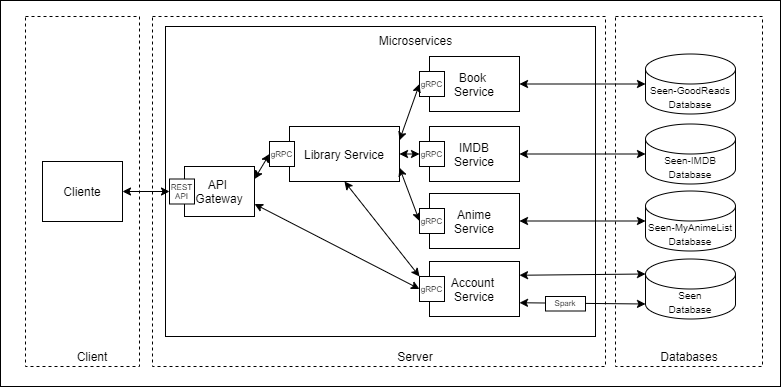
The draw.io diagram api/report/images/CloudNativeAppArchitecture.png in JotaFilip/cn-g, before a commit. Source tidied: cells renumbered, new cells last; positions are measured from the earlier drawing's top-left corner, leaving out a move shared by most shapes.
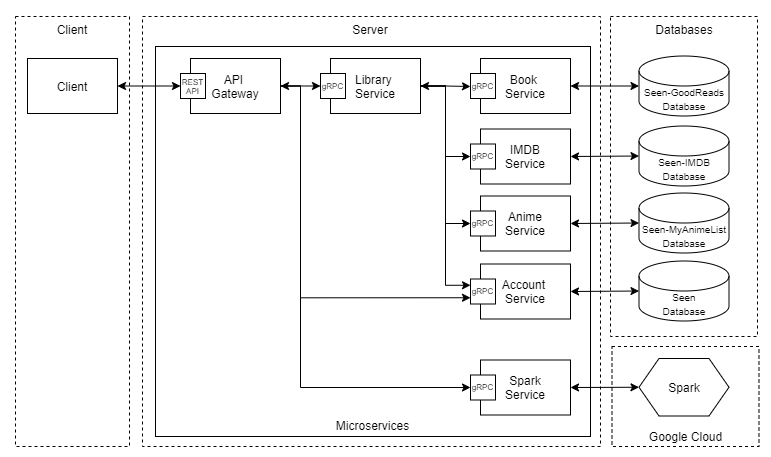
The same diagram one commit later.

The edit, as a diff of the source:
```diff
@@ -2,89 +2,79 @@
   <root>
     <mxCell id="0" />
     <mxCell id="1" parent="0" />
-    <mxCell id="2" style="whiteSpace=wrap;html=1;" parent="1" vertex="1">
-      <mxGeometry width="780" height="386" as="geometry" />
+    <mxCell id="2" style="whiteSpace=wrap;html=1;strokeColor=none;" parent="1" vertex="1">
+      <mxGeometry x="10" width="770" height="456" as="geometry" />
     </mxCell>
     <mxCell id="3" style="rounded=0;whiteSpace=wrap;html=1;dashed=1;fillColor=none;" parent="1" vertex="1">
-      <mxGeometry x="152" y="16" width="453" height="350" as="geometry" />
+      <mxGeometry x="152" y="16" width="458" height="430" as="geometry" />
     </mxCell>
     <mxCell id="4" style="rounded=0;whiteSpace=wrap;html=1;fillColor=none;" parent="1" vertex="1">
-      <mxGeometry x="165" y="26" width="430" height="310" as="geometry" />
+      <mxGeometry x="165" y="46" width="435" height="390" as="geometry" />
     </mxCell>
     <mxCell id="5" style="rounded=0;whiteSpace=wrap;html=1;dashed=1;fillColor=none;" parent="1" vertex="1">
-      <mxGeometry x="25" y="16" width="114" height="350" as="geometry" />
+      <mxGeometry x="25" y="16" width="114" height="430" as="geometry" />
     </mxCell>
     <mxCell id="6" style="rounded=0;whiteSpace=wrap;html=1;dashed=1;fillColor=none;" parent="1" vertex="1">
-      <mxGeometry x="615" y="16" width="147" height="350" as="geometry" />
+      <mxGeometry x="620" y="16" width="147" height="320" as="geometry" />
     </mxCell>
-    <mxCell id="7" value="Cliente" style="rounded=0;whiteSpace=wrap;html=1;" parent="1" vertex="1">
-      <mxGeometry x="42" y="161" width="80" height="60" as="geometry" />
+    <mxCell id="7" value="Client" style="rounded=0;whiteSpace=wrap;html=1;" parent="1" vertex="1">
+      <mxGeometry x="37" y="58" width="90" height="55" as="geometry" />
     </mxCell>
+    <mxCell id="38" style="edgeStyle=orthogonalEdgeStyle;rounded=0;jettySize=auto;html=1;exitX=1;exitY=0.5;exitDx=0;exitDy=0;entryX=0;entryY=0.5;entryDx=0;entryDy=0;startArrow=classic;startFill=1;" parent="1" edge="1" source="8" target="37">
+      <mxGeometry relative="1" as="geometry" />
+    </mxCell>
+    <mxCell id="20" style="edgeStyle=orthogonalEdgeStyle;rounded=0;jettySize=auto;html=1;exitX=1;exitY=0.5;exitDx=0;exitDy=0;entryX=0;entryY=0.75;entryDx=0;entryDy=0;" parent="1" edge="1" source="8" target="35">
+      <mxGeometry relative="1" as="geometry">
+        <Array as="points">
+          <mxPoint x="310" y="86" />
+          <mxPoint x="310" y="297" />
+          <mxPoint x="480" y="297" />
+        </Array>
+      </mxGeometry>
+    </mxCell>
+    <mxCell id="41" style="edgeStyle=orthogonalEdgeStyle;rounded=0;jettySize=auto;html=1;exitX=1;exitY=0.5;exitDx=0;exitDy=0;entryX=0;entryY=0.5;entryDx=0;entryDy=0;" parent="1" edge="1" source="8" target="48">
+      <mxGeometry relative="1" as="geometry">
+        <Array as="points">
+          <mxPoint x="310" y="86" />
+          <mxPoint x="310" y="387" />
+        </Array>
+      </mxGeometry>
+    </mxCell>
     <mxCell id="8" value="API &lt;br&gt;Gateway" style="rounded=0;whiteSpace=wrap;html=1;" parent="1" vertex="1">
-      <mxGeometry x="184" y="166" width="70" height="50" as="geometry" />
+      <mxGeometry x="200" y="58" width="90" height="55" as="geometry" />
     </mxCell>
     <mxCell id="9" value="&lt;div&gt;&lt;span style=&quot;font-size: 10px&quot;&gt;Seen-MyAnimeList Database&lt;/span&gt;&lt;/div&gt;" style="shape=cylinder3;whiteSpace=wrap;html=1;boundedLbl=1;backgroundOutline=1;size=15;align=center;" parent="1" vertex="1">
-      <mxGeometry x="645" y="190.5" width="90" height="60" as="geometry" />
+      <mxGeometry x="648.5" y="192.5" width="90" height="60" as="geometry" />
     </mxCell>
     <mxCell id="10" value="Databases" style="text;html=1;strokeColor=none;fillColor=none;align=center;verticalAlign=middle;whiteSpace=wrap;rounded=0;dashed=1;" parent="1" vertex="1">
-      <mxGeometry x="668.5" y="346" width="40" height="20" as="geometry" />
+      <mxGeometry x="673.5" y="19" width="40" height="20" as="geometry" />
     </mxCell>
     <mxCell id="11" value="&lt;font style=&quot;font-size: 10px&quot;&gt;Seen&lt;br&gt;Database&lt;/font&gt;" style="shape=cylinder3;whiteSpace=wrap;html=1;boundedLbl=1;backgroundOutline=1;size=15;" parent="1" vertex="1">
-      <mxGeometry x="645" y="258.5" width="90" height="60" as="geometry" />
+      <mxGeometry x="648.5" y="260.5" width="90" height="60" as="geometry" />
     </mxCell>
     <mxCell id="12" value="Microservices" style="text;html=1;strokeColor=none;fillColor=none;align=center;verticalAlign=middle;whiteSpace=wrap;rounded=0;" parent="1" vertex="1">
-      <mxGeometry x="367.5" y="30" width="95" height="20" as="geometry" />
+      <mxGeometry x="335" y="414.5" width="95" height="20" as="geometry" />
     </mxCell>
-    <mxCell id="13" value="Anime&lt;br&gt;Service" style="rounded=0;whiteSpace=wrap;html=1;fillColor=none;" parent="1" vertex="1">
-      <mxGeometry x="429" y="193" width="90" height="55" as="geometry" />
-    </mxCell>
-    <mxCell id="14" style="rounded=0;jettySize=auto;html=1;exitX=1;exitY=0.75;exitDx=0;exitDy=0;entryX=0;entryY=1;entryDx=0;entryDy=-15;startArrow=classic;startFill=1;entryPerimeter=0;" parent="1" edge="1" source="16" target="11">
-      <mxGeometry relative="1" as="geometry" />
-    </mxCell>
-    <mxCell id="15" style="edgeStyle=none;rounded=0;jettySize=auto;html=1;exitX=1;exitY=0.25;exitDx=0;exitDy=0;startArrow=classic;startFill=1;entryX=0;entryY=0;entryDx=0;entryDy=15;entryPerimeter=0;" parent="1" edge="1" source="16" target="11">
+    <mxCell id="15" style="edgeStyle=none;rounded=0;jettySize=auto;html=1;exitX=1;exitY=0.5;exitDx=0;exitDy=0;startArrow=classic;startFill=1;entryX=0;entryY=0.5;entryDx=0;entryDy=0;entryPerimeter=0;" parent="1" edge="1" source="16" target="11">
       <mxGeometry relative="1" as="geometry" />
     </mxCell>
-    <mxCell id="16" value="Account &lt;br&gt;Service" style="rounded=0;whiteSpace=wrap;html=1;fillColor=none;" parent="1" vertex="1">
-      <mxGeometry x="429" y="261" width="90" height="55" as="geometry" />
-    </mxCell>
     <mxCell id="17" style="endArrow=classic;startArrow=classic;html=1;entryX=0;entryY=0.5;entryDx=0;entryDy=0;entryPerimeter=0;exitX=1;exitY=0.5;exitDx=0;exitDy=0;" parent="1" edge="1" source="13" target="9">
       <mxGeometry relative="1" as="geometry" />
     </mxCell>
     <mxCell id="18" style="endArrow=classic;startArrow=classic;html=1;exitX=1;exitY=0.5;exitDx=0;exitDy=0;entryX=0;entryY=0.5;entryDx=0;entryDy=0;" parent="1" edge="1" source="7" target="36">
       <mxGeometry relative="1" as="geometry" />
     </mxCell>
-    <mxCell id="19" style="endArrow=classic;startArrow=classic;html=1;entryX=0;entryY=0.5;entryDx=0;entryDy=0;exitX=1;exitY=0.75;exitDx=0;exitDy=0;" parent="1" edge="1" source="32" target="34">
-      <mxGeometry relative="1" as="geometry" />
-    </mxCell>
-    <mxCell id="20" style="endArrow=classic;startArrow=classic;html=1;exitX=1;exitY=0.75;exitDx=0;exitDy=0;entryX=0;entryY=0.5;entryDx=0;entryDy=0;" parent="1" edge="1" source="8" target="35">
-      <mxGeometry relative="1" as="geometry" />
-    </mxCell>
     <mxCell id="21" value="Client" style="text;html=1;strokeColor=none;fillColor=none;align=center;verticalAlign=middle;whiteSpace=wrap;rounded=0;" parent="1" vertex="1">
-      <mxGeometry x="72" y="346" width="40" height="20" as="geometry" />
+      <mxGeometry x="62" y="19" width="40" height="20" as="geometry" />
     </mxCell>
     <mxCell id="22" value="Server" style="text;html=1;strokeColor=none;fillColor=none;align=center;verticalAlign=middle;whiteSpace=wrap;rounded=0;" parent="1" vertex="1">
-      <mxGeometry x="395" y="346" width="40" height="20" as="geometry" />
+      <mxGeometry x="360" y="19" width="40" height="20" as="geometry" />
     </mxCell>
-    <mxCell id="23" value="IMDB&lt;br&gt;Service" style="rounded=0;whiteSpace=wrap;html=1;fillColor=none;" parent="1" vertex="1">
-      <mxGeometry x="429" y="126" width="90" height="55" as="geometry" />
-    </mxCell>
-    <mxCell id="24" value="Book &lt;br&gt;Service" style="rounded=0;whiteSpace=wrap;html=1;fillColor=none;" parent="1" vertex="1">
-      <mxGeometry x="429" y="56" width="90" height="55" as="geometry" />
-    </mxCell>
-    <mxCell id="25" value="&lt;h6&gt;&lt;span style=&quot;font-size: 8px ; font-weight: 400&quot;&gt;gRPC&lt;/span&gt;&lt;br&gt;&lt;/h6&gt;" style="whiteSpace=wrap;html=1;align=center;" parent="1" vertex="1">
-      <mxGeometry x="419" y="71" width="25" height="25" as="geometry" />
-    </mxCell>
-    <mxCell id="26" style="endArrow=classic;startArrow=classic;html=1;entryX=0;entryY=0.5;entryDx=0;entryDy=0;exitX=1;exitY=0.5;exitDx=0;exitDy=0;" parent="1" edge="1" source="32" target="33">
-      <mxGeometry relative="1" as="geometry" />
-    </mxCell>
-    <mxCell id="27" style="endArrow=classic;startArrow=classic;html=1;exitX=1;exitY=0.25;exitDx=0;exitDy=0;entryX=0;entryY=0.5;entryDx=0;entryDy=0;" parent="1" edge="1" source="32" target="25">
-      <mxGeometry relative="1" as="geometry" />
-    </mxCell>
     <mxCell id="28" value="&lt;font style=&quot;font-size: 10px&quot;&gt;Seen-IMDB Database&lt;/font&gt;" style="shape=cylinder3;whiteSpace=wrap;html=1;boundedLbl=1;backgroundOutline=1;size=15;" parent="1" vertex="1">
-      <mxGeometry x="645" y="123.5" width="90" height="60" as="geometry" />
+      <mxGeometry x="648.5" y="125.5" width="90" height="60" as="geometry" />
     </mxCell>
     <mxCell id="29" value="&lt;font style=&quot;font-size: 10px&quot;&gt;Seen-GoodReads Database&lt;/font&gt;" style="shape=cylinder3;whiteSpace=wrap;html=1;boundedLbl=1;backgroundOutline=1;size=15;" parent="1" vertex="1">
-      <mxGeometry x="645" y="53.5" width="90" height="60" as="geometry" />
+      <mxGeometry x="648.5" y="55.5" width="90" height="60" as="geometry" />
     </mxCell>
     <mxCell id="30" style="endArrow=classic;startArrow=classic;html=1;entryX=0;entryY=0.5;entryDx=0;entryDy=0;entryPerimeter=0;exitX=1;exitY=0.5;exitDx=0;exitDy=0;" parent="1" edge="1" source="23" target="28">
       <mxGeometry relative="1" as="geometry" />
@@ -92,32 +82,90 @@
     <mxCell id="31" style="endArrow=classic;startArrow=classic;html=1;entryX=0;entryY=0.5;entryDx=0;entryDy=0;entryPerimeter=0;exitX=1;exitY=0.5;exitDx=0;exitDy=0;" parent="1" edge="1" source="24" target="29">
       <mxGeometry relative="1" as="geometry" />
     </mxCell>
+    <mxCell id="42" style="edgeStyle=orthogonalEdgeStyle;rounded=0;jettySize=auto;html=1;exitX=1;exitY=0.5;exitDx=0;exitDy=0;startArrow=classic;startFill=1;" parent="1" edge="1" source="32">
+      <mxGeometry relative="1" as="geometry">
+        <mxPoint x="480" y="86" as="targetPoint" />
+      </mxGeometry>
+    </mxCell>
+    <mxCell id="26" style="edgeStyle=orthogonalEdgeStyle;rounded=0;jettySize=auto;html=1;exitX=1;exitY=0.5;exitDx=0;exitDy=0;entryX=0;entryY=0.5;entryDx=0;entryDy=0;" parent="1" edge="1" source="32" target="33">
+      <mxGeometry relative="1" as="geometry" />
+    </mxCell>
+    <mxCell id="19" style="edgeStyle=orthogonalEdgeStyle;rounded=0;jettySize=auto;html=1;exitX=1;exitY=0.5;exitDx=0;exitDy=0;entryX=0;entryY=0.5;entryDx=0;entryDy=0;" parent="1" edge="1" source="32" target="34">
+      <mxGeometry relative="1" as="geometry">
+        <Array as="points">
+          <mxPoint x="455" y="86" />
+          <mxPoint x="455" y="223" />
+        </Array>
+      </mxGeometry>
+    </mxCell>
+    <mxCell id="39" style="edgeStyle=orthogonalEdgeStyle;rounded=0;jettySize=auto;html=1;exitX=1;exitY=0.5;exitDx=0;exitDy=0;entryX=0;entryY=0.25;entryDx=0;entryDy=0;" parent="1" edge="1" source="32" target="35">
+      <mxGeometry relative="1" as="geometry" />
+    </mxCell>
-    <mxCell id="32" value="Library Service" style="rounded=0;whiteSpace=wrap;html=1;fillColor=none;" parent="1" vertex="1">
-      <mxGeometry x="289" y="126" width="110" height="55" as="geometry" />
+    <mxCell id="32" value="Library &lt;br&gt;Service" style="rounded=0;whiteSpace=wrap;html=1;fillColor=none;" parent="1" vertex="1">
+      <mxGeometry x="340" y="58" width="90" height="55" as="geometry" />
     </mxCell>
-    <mxCell id="33" value="&lt;h6&gt;&lt;span style=&quot;font-size: 8px ; font-weight: 400&quot;&gt;gRPC&lt;/span&gt;&lt;br&gt;&lt;/h6&gt;" style="whiteSpace=wrap;html=1;align=center;" parent="1" vertex="1">
-      <mxGeometry x="419" y="141" width="25" height="25" as="geometry" />
-    </mxCell>
-    <mxCell id="34" value="&lt;h6&gt;&lt;span style=&quot;font-size: 8px ; font-weight: 400&quot;&gt;gRPC&lt;/span&gt;&lt;br&gt;&lt;/h6&gt;" style="whiteSpace=wrap;html=1;align=center;" parent="1" vertex="1">
-      <mxGeometry x="419" y="208" width="25" height="25" as="geometry" />
-    </mxCell>
-    <mxCell id="35" value="&lt;h6&gt;&lt;span style=&quot;font-size: 8px ; font-weight: 400&quot;&gt;gRPC&lt;/span&gt;&lt;br&gt;&lt;/h6&gt;" style="whiteSpace=wrap;html=1;align=center;" parent="1" vertex="1">
-      <mxGeometry x="419" y="276" width="25" height="25" as="geometry" />
-    </mxCell>
     <mxCell id="36" value="&lt;h6&gt;&lt;font style=&quot;font-size: 8px ; line-height: 120% ; font-weight: normal&quot;&gt;REST API&lt;/font&gt;&lt;/h6&gt;" style="whiteSpace=wrap;html=1;align=center;" parent="1" vertex="1">
-      <mxGeometry x="169" y="178.5" width="25" height="25" as="geometry" />
+      <mxGeometry x="190" y="73" width="25" height="25" as="geometry" />
     </mxCell>
     <mxCell id="37" value="&lt;h6&gt;&lt;font style=&quot;font-size: 8px ; line-height: 120% ; font-weight: normal&quot;&gt;gRPC&lt;/font&gt;&lt;/h6&gt;" style="whiteSpace=wrap;html=1;align=center;" parent="1" vertex="1">
-      <mxGeometry x="269" y="141" width="25" height="25" as="geometry" />
+      <mxGeometry x="330" y="73" width="25" height="25" as="geometry" />
     </mxCell>
-    <mxCell id="38" style="endArrow=classic;startArrow=classic;html=1;exitX=1;exitY=0.25;exitDx=0;exitDy=0;entryX=0;entryY=0.5;entryDx=0;entryDy=0;" parent="1" edge="1" source="8" target="37">
-      <mxGeometry relative="1" as="geometry" />
-    </mxCell>
-    <mxCell id="39" style="endArrow=classic;startArrow=classic;html=1;exitX=0.5;exitY=1;exitDx=0;exitDy=0;entryX=0;entryY=0;entryDx=0;entryDy=0;" parent="1" edge="1" source="32" target="35">
-      <mxGeometry relative="1" as="geometry" />
-    </mxCell>
+    <mxCell id="43" style="rounded=0;whiteSpace=wrap;html=1;dashed=1;fillColor=none;" parent="1" vertex="1">
+      <mxGeometry x="621.5" y="346" width="147" height="100" as="geometry" />
+    </mxCell>
+    <mxCell id="44" style="edgeStyle=none;rounded=0;jettySize=auto;html=1;exitX=1;exitY=0.5;exitDx=0;exitDy=0;entryX=0;entryY=0.5;entryDx=0;entryDy=0;startArrow=classic;startFill=1;" parent="1" edge="1" source="47" target="40">
+      <mxGeometry relative="1" as="geometry" />
+    </mxCell>
-    <mxCell id="40" value="&lt;h6&gt;&lt;span style=&quot;font-size: 8px ; font-weight: 400&quot;&gt;Spark&lt;/span&gt;&lt;br&gt;&lt;/h6&gt;" style="whiteSpace=wrap;html=1;align=center;" parent="1" vertex="1">
-      <mxGeometry x="545" y="296" width="40" height="14.5" as="geometry" />
+    <mxCell id="40" value="Spark" style="shape=hexagon;perimeter=hexagonPerimeter2;whiteSpace=wrap;html=1;fixedSize=1;" parent="1" vertex="1">
+      <mxGeometry x="648.5" y="358" width="90" height="57.5" as="geometry" />
     </mxCell>
+    <mxCell id="45" value="Google Cloud" style="text;html=1;strokeColor=none;fillColor=none;align=center;verticalAlign=middle;whiteSpace=wrap;rounded=0;dashed=1;" parent="1" vertex="1">
+      <mxGeometry x="637.5" y="426" width="115" height="20" as="geometry" />
+    </mxCell>
+    <mxCell id="46" style="group;" parent="1" vertex="1">
+      <mxGeometry x="480" y="359.5" width="100" height="55" as="geometry" />
+    </mxCell>
+    <mxCell id="47" value="Spark&lt;br&gt;Service" style="rounded=0;whiteSpace=wrap;html=1;fillColor=none;" parent="46" vertex="1">
+      <mxGeometry x="10" width="90" height="55" as="geometry" />
+    </mxCell>
+    <mxCell id="48" value="&lt;h6&gt;&lt;span style=&quot;font-size: 8px ; font-weight: 400&quot;&gt;gRPC&lt;/span&gt;&lt;br&gt;&lt;/h6&gt;" style="whiteSpace=wrap;html=1;align=center;" parent="46" vertex="1">
+      <mxGeometry y="15" width="25" height="25" as="geometry" />
+    </mxCell>
+    <mxCell id="49" style="group;" parent="1" vertex="1">
+      <mxGeometry x="480" y="263.5" width="100" height="55" as="geometry" />
+    </mxCell>
+    <mxCell id="16" value="Account &lt;br&gt;Service" style="rounded=0;whiteSpace=wrap;html=1;fillColor=none;" parent="49" vertex="1">
+      <mxGeometry x="10" width="90" height="55" as="geometry" />
+    </mxCell>
+    <mxCell id="35" value="&lt;h6&gt;&lt;span style=&quot;font-size: 8px ; font-weight: 400&quot;&gt;gRPC&lt;/span&gt;&lt;br&gt;&lt;/h6&gt;" style="whiteSpace=wrap;html=1;align=center;" parent="49" vertex="1">
+      <mxGeometry y="15" width="25" height="25" as="geometry" />
+    </mxCell>
+    <mxCell id="50" style="group;" parent="1" vertex="1">
+      <mxGeometry x="480" y="195.5" width="100" height="55" as="geometry" />
+    </mxCell>
+    <mxCell id="13" value="Anime&lt;br&gt;Service" style="rounded=0;whiteSpace=wrap;html=1;fillColor=none;" parent="50" vertex="1">
+      <mxGeometry x="10" width="90" height="55" as="geometry" />
+    </mxCell>
+    <mxCell id="34" value="&lt;h6&gt;&lt;span style=&quot;font-size: 8px ; font-weight: 400&quot;&gt;gRPC&lt;/span&gt;&lt;br&gt;&lt;/h6&gt;" style="whiteSpace=wrap;html=1;align=center;" parent="50" vertex="1">
+      <mxGeometry y="15" width="25" height="25" as="geometry" />
+    </mxCell>
+    <mxCell id="51" style="group;" parent="1" vertex="1">
+      <mxGeometry x="480" y="128.5" width="100" height="55" as="geometry" />
+    </mxCell>
+    <mxCell id="23" value="IMDB&lt;br&gt;Service" style="rounded=0;whiteSpace=wrap;html=1;fillColor=none;" parent="51" vertex="1">
+      <mxGeometry x="10" width="90" height="55" as="geometry" />
+    </mxCell>
+    <mxCell id="33" value="&lt;h6&gt;&lt;span style=&quot;font-size: 8px ; font-weight: 400&quot;&gt;gRPC&lt;/span&gt;&lt;br&gt;&lt;/h6&gt;" style="whiteSpace=wrap;html=1;align=center;" parent="51" vertex="1">
+      <mxGeometry y="15" width="25" height="25" as="geometry" />
+    </mxCell>
+    <mxCell id="52" style="group;" parent="1" vertex="1">
+      <mxGeometry x="480" y="58" width="100" height="55" as="geometry" />
+    </mxCell>
+    <mxCell id="24" value="Book &lt;br&gt;Service" style="rounded=0;whiteSpace=wrap;html=1;fillColor=none;" parent="52" vertex="1">
+      <mxGeometry x="10" width="90" height="55" as="geometry" />
+    </mxCell>
+    <mxCell id="25" value="&lt;h6&gt;&lt;span style=&quot;font-size: 8px ; font-weight: 400&quot;&gt;gRPC&lt;/span&gt;&lt;br&gt;&lt;/h6&gt;" style="whiteSpace=wrap;html=1;align=center;" parent="52" vertex="1">
+      <mxGeometry y="15" width="25" height="25" as="geometry" />
+    </mxCell>
   </root>
 </mxGraphModel>
```
